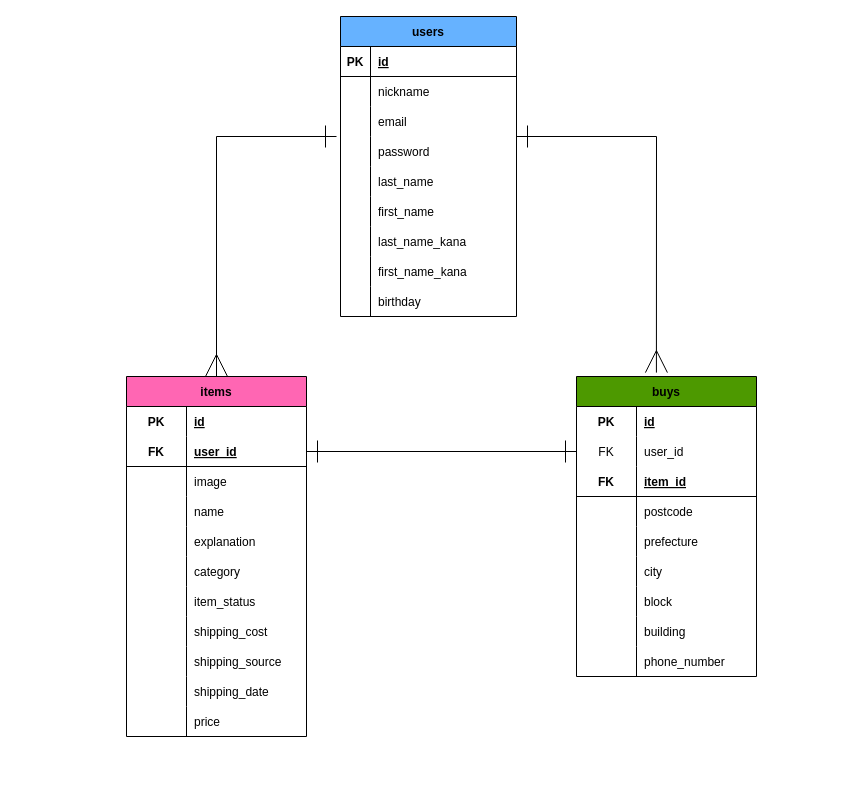
This is frima.dio from 441daichi/furima-40382, a draw.io file, before an edit. Source tidied: cells renumbered, new cells numbered last; positions are measured from the earlier drawing's top-left corner, leaving out a move shared by most shapes. Both pictures are drawn from the tidied source at 100%, with x=0, y=0 at pixel (126, 16).
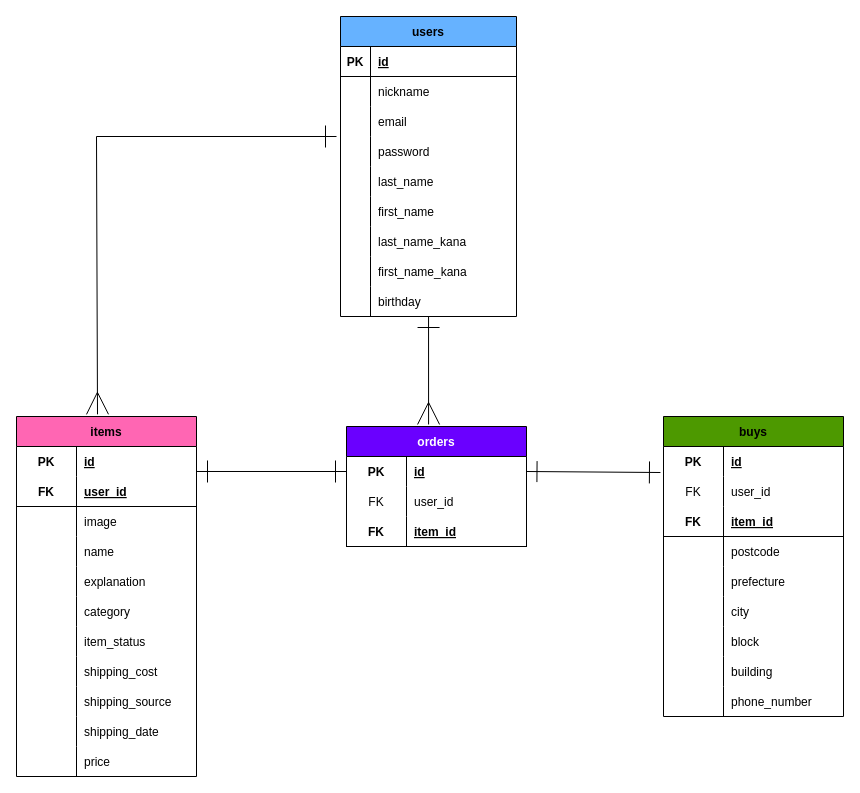
The same page after the edit.

The change refers to these unchanged cells:
```xml
<mxCell id="2" value="users" style="shape=table;startSize=30;childLayout=tableLayout;rowLines=0;fontStyle=1;align=center;labelBackgroundColor=none;labelBorderColor=none;gradientColor=none;fillStyle=auto;fillColor=#66B2FF;" parent="1" vertex="1">
  <mxGeometry x="214" width="176" height="300" as="geometry" />
</mxCell>
<mxCell id="34" style="shape=tableRow;horizontal=0;startSize=0;swimlaneHead=0;swimlaneBody=0;fillColor=none;points=[[0,0.5],[1,0.5]];portConstraint=eastwest;top=0;left=0;right=0;bottom=1;labelBackgroundColor=none;labelBorderColor=none;fillStyle=auto;" parent="30" vertex="1">
  <mxGeometry y="60" width="180" height="30" as="geometry" />
</mxCell>
<mxCell id="70" style="shape=tableRow;horizontal=0;startSize=0;swimlaneHead=0;swimlaneBody=0;fillColor=none;points=[[0,0.5],[1,0.5]];portConstraint=eastwest;top=0;left=0;right=0;bottom=0;labelBackgroundColor=none;labelBorderColor=none;fillStyle=auto;" parent="66" vertex="1">
  <mxGeometry y="60" width="180" height="30" as="geometry" />
</mxCell>
```

Diff of the diagram source:
```diff
@@
+    <mxCell id="95" style="edgeStyle=none;html=1;startArrow=ERone;startFill=0;endArrow=ERmany;endFill=0;startSize=20;endSize=20;entryX=0.456;entryY=-0.017;entryDx=0;entryDy=0;entryPerimeter=0;" parent="1" edge="1" source="2" target="96">
+      <mxGeometry relative="1" as="geometry" />
+    </mxCell>
@@
     <mxCell id="30" value="items" style="shape=table;startSize=30;childLayout=tableLayout;rowLines=0;fontStyle=1;align=center;labelBackgroundColor=none;labelBorderColor=none;fillStyle=auto;fillColor=#FF66B3;gradientColor=none;" parent="1" vertex="1">
-      <mxGeometry y="360" width="180" height="360" as="geometry" />
+      <mxGeometry x="-110" y="400" width="180" height="360" as="geometry" />
     </mxCell>
@@
-    <mxCell id="64" style="edgeStyle=none;html=1;rounded=0;startArrow=ERmany;startFill=0;exitX=0.5;exitY=0;exitDx=0;exitDy=0;strokeWidth=1;sourcePerimeterSpacing=0;startSize=20;endArrow=ERone;endFill=0;endSize=20;" parent="1" edge="1" source="30">
+    <mxCell id="64" style="edgeStyle=none;html=1;rounded=0;startArrow=ERmany;startFill=0;exitX=0.45;exitY=-0.006;exitDx=0;exitDy=0;strokeWidth=1;sourcePerimeterSpacing=0;startSize=20;endArrow=ERone;endFill=0;endSize=20;exitPerimeter=0;" parent="1" edge="1" source="30">
       <mxGeometry relative="1" as="geometry">
         <mxPoint x="210" y="120" as="targetPoint" />
         <Array as="points">
-          <mxPoint x="90" y="120" />
+          <mxPoint x="-30" y="120" />
         </Array>
       </mxGeometry>
     </mxCell>
-    <mxCell id="65" style="edgeStyle=none;html=1;rounded=0;exitX=0.444;exitY=-0.013;exitDx=0;exitDy=0;exitPerimeter=0;startArrow=ERmany;startFill=0;startSize=20;endSize=20;endArrow=ERone;endFill=0;" parent="1" edge="1" source="66">
-      <mxGeometry relative="1" as="geometry">
-        <mxPoint x="390" y="120" as="targetPoint" />
-        <Array as="points">
-          <mxPoint x="530" y="120" />
-        </Array>
-      </mxGeometry>
-    </mxCell>
     <mxCell id="66" value="buys" style="shape=table;startSize=30;childLayout=tableLayout;rowLines=0;fontStyle=1;align=center;labelBackgroundColor=none;labelBorderColor=none;fillStyle=auto;fillColor=#4D9900;gradientColor=none;" parent="1" vertex="1">
-      <mxGeometry x="450" y="360" width="180" height="300" as="geometry" />
+      <mxGeometry x="537" y="400" width="180" height="300" as="geometry" />
     </mxCell>
@@
-    <mxCell id="94" style="edgeStyle=none;html=1;exitX=1;exitY=0.5;exitDx=0;exitDy=0;startArrow=ERone;startFill=0;endArrow=ERone;endFill=0;endSize=20;startSize=20;" parent="1" edge="1" source="34" target="70">
-      <mxGeometry relative="1" as="geometry" />
-    </mxCell>
+    <mxCell id="96" value="orders" style="shape=table;startSize=30;childLayout=tableLayout;rowLines=0;fontStyle=1;align=center;fillColor=#6a00ff;fontColor=#ffffff;strokeColor=default;" parent="1" vertex="1">
+      <mxGeometry x="220" y="410" width="180" height="120" as="geometry" />
+    </mxCell>
+    <mxCell id="97" style="shape=tableRow;horizontal=0;startSize=0;swimlaneHead=0;swimlaneBody=0;fillColor=none;points=[[0,0.5],[1,0.5]];portConstraint=eastwest;top=0;left=0;right=0;bottom=0;" parent="96" vertex="1">
+      <mxGeometry y="30" width="180" height="30" as="geometry" />
+    </mxCell>
+    <mxCell id="98" value="PK" style="shape=partialRectangle;fillColor=none;top=0;left=0;bottom=0;right=0;fontStyle=1;overflow=hidden;" parent="97" vertex="1">
+      <mxGeometry width="60" height="30" as="geometry" />
+    </mxCell>
+    <mxCell id="99" value="id" style="shape=partialRectangle;fillColor=none;top=0;left=0;bottom=0;right=0;align=left;spacingLeft=6;fontStyle=5;overflow=hidden;" parent="97" vertex="1">
+      <mxGeometry x="60" width="120" height="30" as="geometry" />
+    </mxCell>
+    <mxCell id="100" style="shape=tableRow;horizontal=0;startSize=0;swimlaneHead=0;swimlaneBody=0;fillColor=none;top=0;left=0;right=0;bottom=0;" parent="96" vertex="1">
+      <mxGeometry y="60" width="180" height="30" as="geometry" />
+    </mxCell>
+    <mxCell id="101" value="FK" style="shape=partialRectangle;fillColor=none;top=0;left=0;bottom=0;right=0;fontStyle=0;overflow=hidden;" parent="100" vertex="1">
+      <mxGeometry width="60" height="30" as="geometry" />
+    </mxCell>
+    <mxCell id="102" value="user_id" style="shape=partialRectangle;fillColor=none;top=0;left=0;bottom=0;right=0;align=left;spacingLeft=6;fontStyle=0;overflow=hidden;" parent="100" vertex="1">
+      <mxGeometry x="60" width="120" height="30" as="geometry" />
+    </mxCell>
+    <mxCell id="103" style="shape=tableRow;horizontal=0;startSize=0;swimlaneHead=0;swimlaneBody=0;fillColor=none;top=0;left=0;right=0;bottom=1;" parent="96" vertex="1">
+      <mxGeometry y="90" width="180" height="30" as="geometry" />
+    </mxCell>
+    <mxCell id="104" value="FK" style="shape=partialRectangle;fillColor=none;top=0;left=0;bottom=0;right=0;fontStyle=1;overflow=hidden;" parent="103" vertex="1">
+      <mxGeometry width="60" height="30" as="geometry" />
+    </mxCell>
+    <mxCell id="105" value="item_id" style="shape=partialRectangle;fillColor=none;top=0;left=0;bottom=0;right=0;align=left;spacingLeft=6;fontStyle=5;overflow=hidden;" parent="103" vertex="1">
+      <mxGeometry x="60" width="120" height="30" as="geometry" />
+    </mxCell>
+    <mxCell id="106" style="edgeStyle=none;html=1;exitX=1;exitY=0.5;exitDx=0;exitDy=0;startArrow=ERone;startFill=0;endArrow=ERone;endFill=0;endSize=20;startSize=19;entryX=-0.017;entryY=-0.133;entryDx=0;entryDy=0;entryPerimeter=0;" parent="1" edge="1" source="97" target="70">
+      <mxGeometry relative="1" as="geometry" />
+    </mxCell>
+    <mxCell id="107" style="edgeStyle=none;html=1;exitX=0;exitY=0.5;exitDx=0;exitDy=0;entryX=1;entryY=-0.167;entryDx=0;entryDy=0;entryPerimeter=0;startArrow=ERone;startFill=0;endArrow=ERone;endFill=0;endSize=20;startSize=20;" parent="1" edge="1" source="97" target="34">
+      <mxGeometry relative="1" as="geometry" />
+    </mxCell>
```
